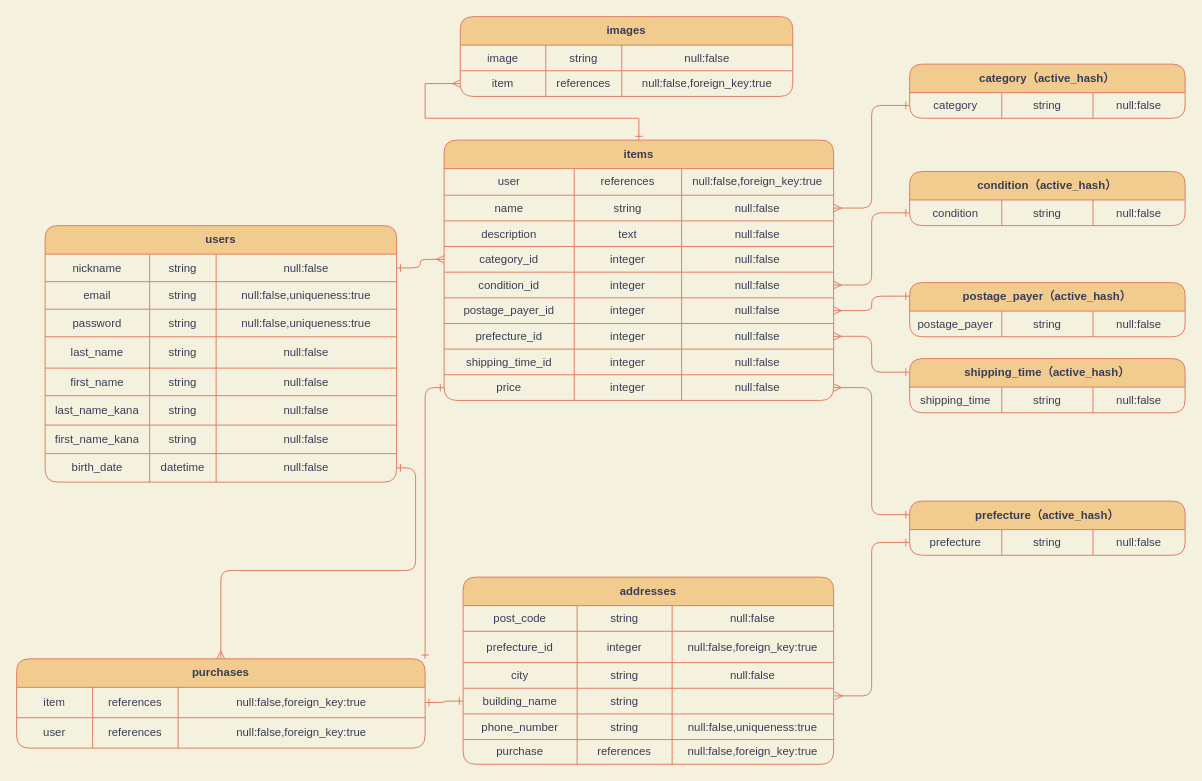
inpachi-yume/furima-29851 keeps this draw.io diagram as furima.dio. Above is the earlier version. Source tidied: cells renumbered, new cells numbered last; positions are measured from the earlier drawing's top-left corner, leaving out a move shared by most shapes. Both pictures are drawn from the tidied source at 95%, with x=0, y=0 at pixel (16, 16).
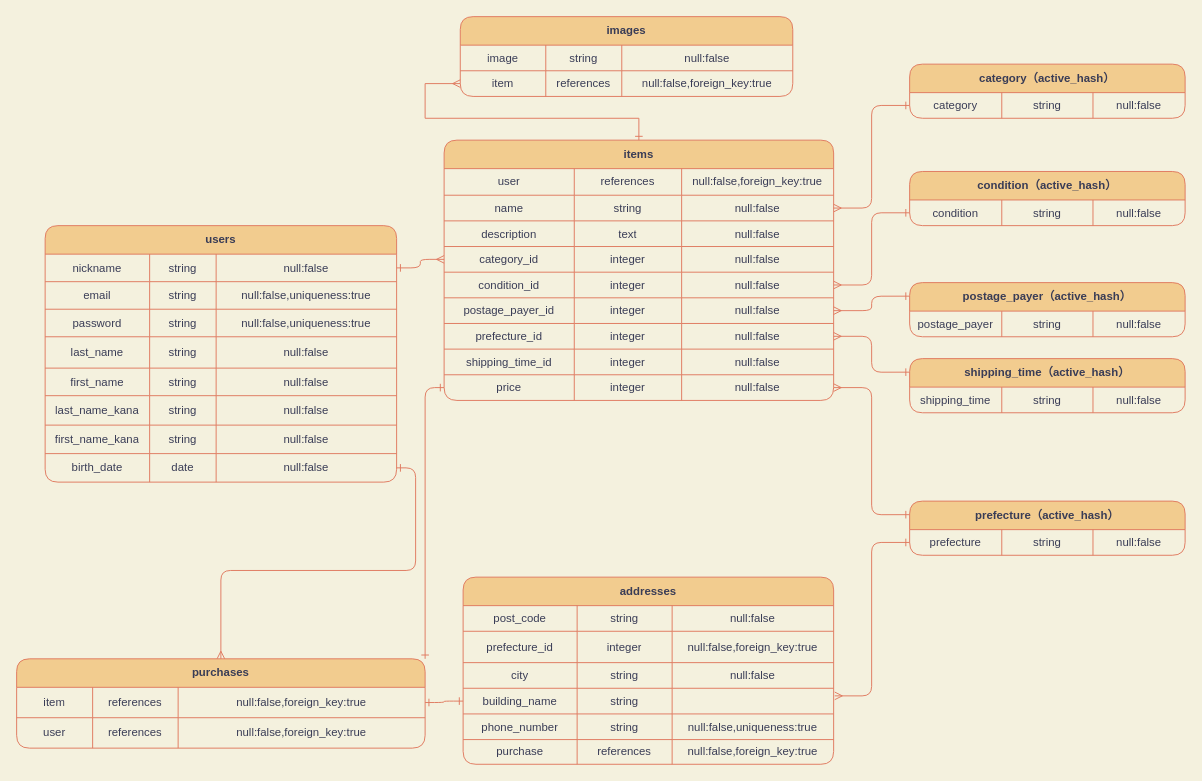
The same page after the edit.

The change refers to these unchanged cells:
```xml
<mxCell id="127" style="shape=partialRectangle;html=1;whiteSpace=wrap;fillColor=none;top=0;left=0;bottom=0;right=0;points=[[0,0.5],[1,0.5]];portConstraint=eastwest;rounded=1;strokeColor=#E07A5F;fontColor=#393C56;" parent="98" vertex="1">
  <mxGeometry y="240" width="370" height="30" as="geometry" />
</mxCell>
```

What changed in the source:
```diff
@@
-    <mxCell id="129" value="datetime" style="shape=partialRectangle;html=1;whiteSpace=wrap;fillColor=none;top=0;left=0;bottom=0;right=0;overflow=hidden;rounded=1;strokeColor=#E07A5F;fontColor=#393C56;" parent="127" vertex="1">
+    <mxCell id="129" value="date" style="shape=partialRectangle;html=1;whiteSpace=wrap;fillColor=none;top=0;left=0;bottom=0;right=0;overflow=hidden;rounded=1;strokeColor=#E07A5F;fontColor=#393C56;" parent="127" vertex="1">
       <mxGeometry x="110" width="70" height="30" as="geometry" />
     </mxCell>
```
